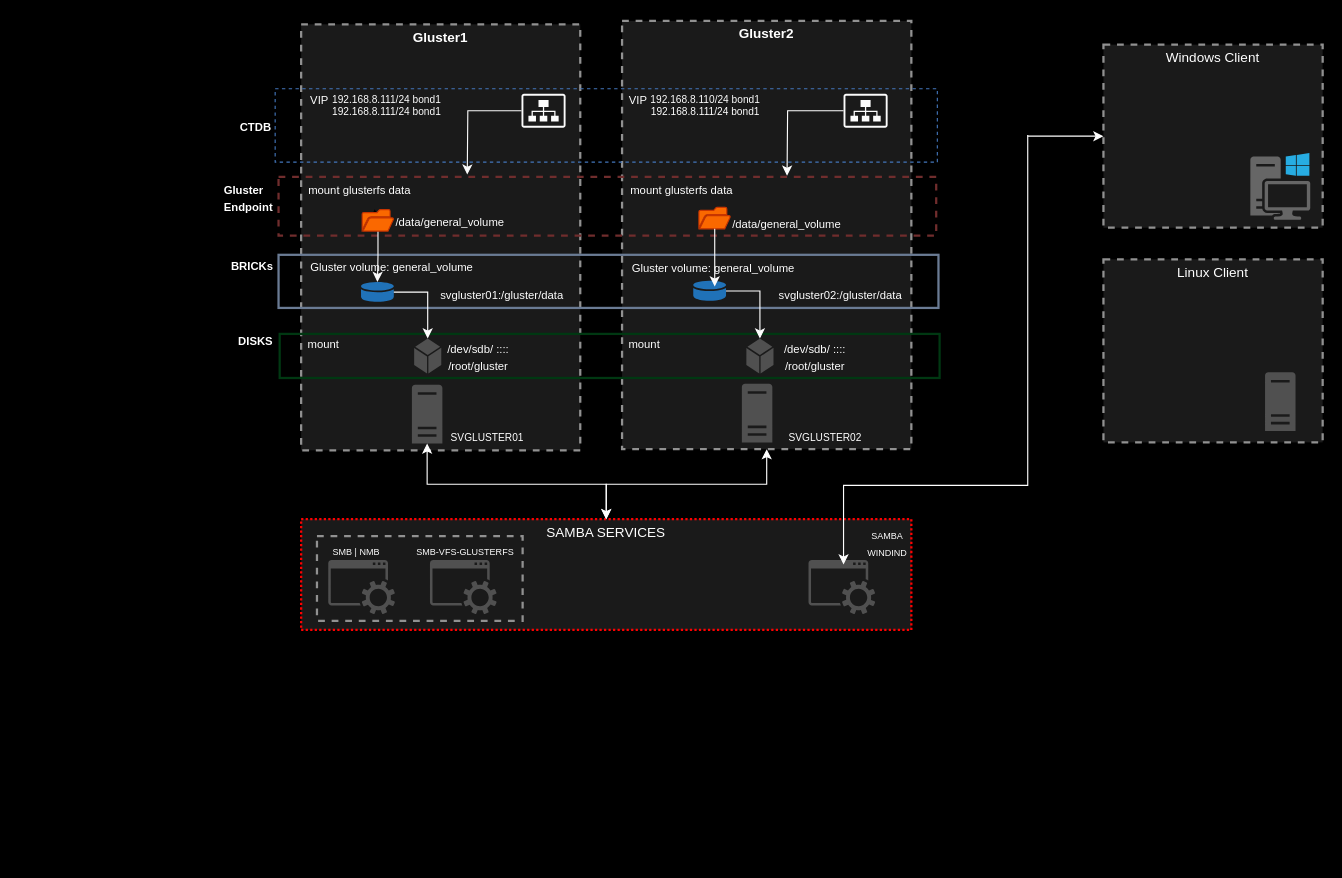
This is GlusterFS/glusterFS.drawio from Josemyr1993/glusterFS, a draw.io file, before an edit. Source tidied: cells renumbered, new cells numbered last; positions are measured from the earlier drawing's top-left corner, leaving out a move shared by most shapes. Both pictures are drawn from the tidied source at 113%, with x=0, y=0 at pixel (202, 20).
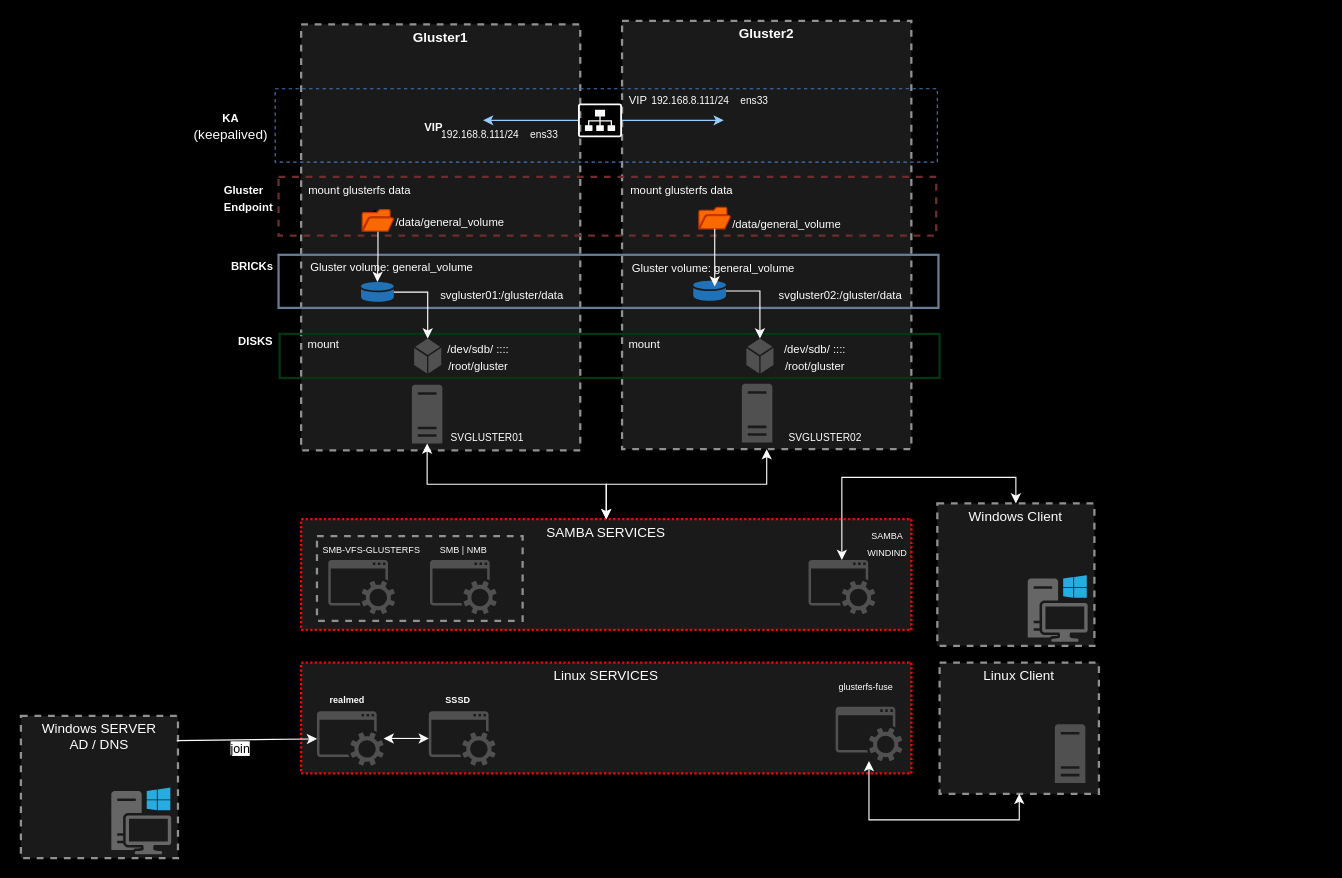
Above is the later version.

Unchanged cells that the change refers to:
```xml
<mxCell id="2" value="&lt;font color=&quot;#ffffff&quot;&gt;SAMBA SERVICES&lt;/font&gt;" style="fontStyle=0;verticalAlign=top;align=center;spacingTop=-2;fillColor=#1A1A1A;rounded=0;whiteSpace=wrap;html=1;strokeColor=#FF0000;strokeWidth=2;dashed=1;dashPattern=1 1;" parent="1" vertex="1">
  <mxGeometry x="87" y="441" width="540" height="98" as="geometry" />
</mxCell>
<mxCell id="4" style="sketch=0;shadow=0;dashed=0;html=1;strokeColor=none;fillColor=#505050;labelPosition=center;verticalLabelPosition=bottom;verticalAlign=top;outlineConnect=0;align=center;shape=mxgraph.office.concepts.service_application;" parent="2" vertex="1">
  <mxGeometry x="449" y="36" width="59" height="48" as="geometry" />
</mxCell>
<mxCell id="46" style="fontStyle=0;verticalAlign=top;align=center;spacingTop=-2;fillColor=none;rounded=0;whiteSpace=wrap;html=1;strokeColor=#4376BB;strokeWidth=1;dashed=1;" parent="1" vertex="1">
  <mxGeometry x="64" y="60" width="586" height="65" as="geometry" />
</mxCell>
```

What changed in the source:
```diff
@@
+    <mxCell id="63" value="&lt;font color=&quot;#ffffff&quot;&gt;Linux SERVICES&lt;/font&gt;" style="fontStyle=0;verticalAlign=top;align=center;spacingTop=-2;fillColor=#1A1A1A;rounded=0;whiteSpace=wrap;html=1;strokeColor=#FF0000;strokeWidth=2;dashed=1;dashPattern=1 1;" parent="1" vertex="1">
+      <mxGeometry x="87" y="568" width="540" height="98" as="geometry" />
+    </mxCell>
+    <mxCell id="64" style="sketch=0;shadow=0;dashed=0;html=1;strokeColor=none;fillColor=#505050;labelPosition=center;verticalLabelPosition=bottom;verticalAlign=top;outlineConnect=0;align=center;shape=mxgraph.office.concepts.service_application;" parent="63" vertex="1">
+      <mxGeometry x="473" y="39" width="59" height="48" as="geometry" />
+    </mxCell>
+    <mxCell id="65" value="&lt;font color=&quot;#ffffff&quot;&gt;&lt;font style=&quot;font-size: 8px;&quot;&gt;glusterfs-fuse&lt;/font&gt;&lt;br&gt;&lt;/font&gt;" style="text;html=1;strokeColor=none;fillColor=none;align=center;verticalAlign=middle;whiteSpace=wrap;rounded=0;" parent="63" vertex="1">
+      <mxGeometry x="470" y="6" width="60" height="30" as="geometry" />
+    </mxCell>
+    <mxCell id="66" style="sketch=0;shadow=0;dashed=0;html=1;strokeColor=none;fillColor=#505050;labelPosition=center;verticalLabelPosition=bottom;verticalAlign=top;outlineConnect=0;align=center;shape=mxgraph.office.concepts.service_application;" parent="63" vertex="1">
+      <mxGeometry x="14" y="43" width="59" height="48" as="geometry" />
+    </mxCell>
+    <mxCell id="67" value="&lt;font color=&quot;#ffffff&quot;&gt;&lt;font style=&quot;font-size: 8px;&quot;&gt;&lt;b&gt;SSSD&lt;/b&gt;&lt;/font&gt;&lt;br&gt;&lt;/font&gt;" style="text;html=1;strokeColor=none;fillColor=none;align=center;verticalAlign=middle;whiteSpace=wrap;rounded=0;" parent="63" vertex="1">
+      <mxGeometry x="109" y="17" width="60" height="30" as="geometry" />
+    </mxCell>
+    <mxCell id="68" value="&lt;font color=&quot;#ffffff&quot;&gt;&lt;font style=&quot;font-size: 8px;&quot;&gt;&lt;b&gt;realmed&lt;/b&gt;&lt;/font&gt;&lt;br&gt;&lt;/font&gt;" style="text;html=1;strokeColor=none;fillColor=none;align=center;verticalAlign=middle;whiteSpace=wrap;rounded=0;" parent="63" vertex="1">
+      <mxGeometry x="11" y="17" width="60" height="30" as="geometry" />
+    </mxCell>
+    <mxCell id="69" style="sketch=0;shadow=0;dashed=0;html=1;strokeColor=none;fillColor=#505050;labelPosition=center;verticalLabelPosition=bottom;verticalAlign=top;outlineConnect=0;align=center;shape=mxgraph.office.concepts.service_application;" parent="63" vertex="1">
+      <mxGeometry x="113" y="43" width="59" height="48" as="geometry" />
+    </mxCell>
+    <mxCell id="70" style="html=1;labelBackgroundColor=#ffffff;startArrow=classic;startFill=1;startSize=6;endArrow=classic;endFill=1;endSize=6;jettySize=auto;strokeWidth=1;fontSize=14;rounded=0;strokeColor=#FCFCFC;" parent="63" edge="1" source="66" target="69">
+      <mxGeometry relative="1" as="geometry" />
+    </mxCell>
@@
+    <mxCell id="9" style="fontStyle=0;verticalAlign=top;align=center;spacingTop=-2;fillColor=none;rounded=0;whiteSpace=wrap;html=1;strokeColor=#919191;strokeWidth=2;dashed=1;" parent="2" vertex="1">
+      <mxGeometry x="14" y="15" width="182" height="75" as="geometry" />
+    </mxCell>
+    <mxCell id="8" value="&lt;font color=&quot;#ffffff&quot;&gt;&lt;font style=&quot;font-size: 8px;&quot;&gt;SMB-VFS-GLUSTERFS&lt;/font&gt;&lt;br&gt;&lt;/font&gt;" style="text;html=1;strokeColor=none;fillColor=none;align=center;verticalAlign=middle;whiteSpace=wrap;rounded=0;" parent="9" vertex="1">
+      <mxGeometry x="-2" y="-4" width="101" height="30" as="geometry" />
+    </mxCell>
+    <mxCell id="5" value="&lt;font color=&quot;#ffffff&quot;&gt;&lt;font style=&quot;font-size: 8px;&quot;&gt;SMB | NMB&lt;/font&gt;&lt;br&gt;&lt;/font&gt;" style="text;html=1;strokeColor=none;fillColor=none;align=center;verticalAlign=middle;whiteSpace=wrap;rounded=0;" parent="9" vertex="1">
+      <mxGeometry x="99.5" y="-4" width="60" height="30" as="geometry" />
+    </mxCell>
@@
-    <mxCell id="5" value="&lt;font color=&quot;#ffffff&quot;&gt;&lt;font style=&quot;font-size: 8px;&quot;&gt;SMB | NMB&lt;/font&gt;&lt;br&gt;&lt;/font&gt;" style="text;html=1;strokeColor=none;fillColor=none;align=center;verticalAlign=middle;whiteSpace=wrap;rounded=0;" parent="2" vertex="1">
-      <mxGeometry x="19" y="13" width="60" height="30" as="geometry" />
-    </mxCell>
@@
-    <mxCell id="8" value="&lt;font color=&quot;#ffffff&quot;&gt;&lt;font style=&quot;font-size: 8px;&quot;&gt;SMB-VFS-GLUSTERFS&lt;/font&gt;&lt;br&gt;&lt;/font&gt;" style="text;html=1;strokeColor=none;fillColor=none;align=center;verticalAlign=middle;whiteSpace=wrap;rounded=0;" parent="2" vertex="1">
-      <mxGeometry x="95" y="13" width="101" height="30" as="geometry" />
-    </mxCell>
-    <mxCell id="9" style="fontStyle=0;verticalAlign=top;align=center;spacingTop=-2;fillColor=none;rounded=0;whiteSpace=wrap;html=1;strokeColor=#919191;strokeWidth=2;dashed=1;" parent="2" vertex="1">
-      <mxGeometry x="14" y="15" width="182" height="75" as="geometry" />
-    </mxCell>
     <mxCell id="10" value="&lt;font color=&quot;#ffffff&quot;&gt;Windows Client&lt;/font&gt;" style="fontStyle=0;verticalAlign=top;align=center;spacingTop=-2;fillColor=#1A1A1A;rounded=0;whiteSpace=wrap;html=1;strokeColor=#919191;strokeWidth=2;dashed=1;" parent="1" vertex="1">
-      <mxGeometry x="797" y="21" width="194" height="162" as="geometry" />
+      <mxGeometry x="650" y="427" width="139" height="126" as="geometry" />
     </mxCell>
     <mxCell id="11" style="sketch=0;shadow=0;dashed=0;html=1;strokeColor=none;fillColor=#666666;labelPosition=center;verticalLabelPosition=bottom;verticalAlign=top;align=center;shape=mxgraph.office.devices.workstation_pc;" parent="10" vertex="1">
-      <mxGeometry x="130" y="96" width="53" height="59" as="geometry" />
+      <mxGeometry x="80" y="63.5" width="53" height="59" as="geometry" />
     </mxCell>
@@
-    <mxCell id="32" value="&lt;font color=&quot;#ffffff&quot;&gt;&lt;font size=&quot;1&quot;&gt;&lt;b&gt;CTDB&lt;/b&gt;&lt;/font&gt;&lt;br&gt;&lt;/font&gt;" style="text;html=1;strokeColor=none;fillColor=none;align=center;verticalAlign=middle;whiteSpace=wrap;rounded=0;" parent="1" vertex="1">
-      <mxGeometry y="79" width="94" height="30" as="geometry" />
+    <mxCell id="32" value="&lt;font color=&quot;#ffffff&quot;&gt;&lt;font size=&quot;1&quot;&gt;&lt;b&gt;KA&lt;br&gt;&lt;/b&gt;&lt;/font&gt;(keepalived)&lt;br&gt;&lt;/font&gt;" style="text;html=1;strokeColor=none;fillColor=none;align=center;verticalAlign=middle;whiteSpace=wrap;rounded=0;" parent="1" vertex="1">
+      <mxGeometry x="-22" y="77.5" width="94" height="30" as="geometry" />
     </mxCell>
@@
-    <mxCell id="47" value="&lt;font color=&quot;#ffffff&quot;&gt;&lt;font size=&quot;1&quot;&gt;VIP&lt;/font&gt;&lt;br&gt;&lt;/font&gt;" style="text;html=1;strokeColor=none;fillColor=none;align=center;verticalAlign=middle;whiteSpace=wrap;rounded=0;" parent="46" vertex="1">
-      <mxGeometry x="23" width="33" height="19" as="geometry" />
+    <mxCell id="47" value="&lt;font color=&quot;#ffffff&quot;&gt;&lt;font size=&quot;1&quot;&gt;&lt;b&gt;VIP&lt;/b&gt;&lt;/font&gt;&lt;br&gt;&lt;/font&gt;" style="text;html=1;strokeColor=none;fillColor=none;align=center;verticalAlign=middle;whiteSpace=wrap;rounded=0;" parent="46" vertex="1">
+      <mxGeometry x="124" y="24.5" width="33" height="19" as="geometry" />
     </mxCell>
@@
-    <mxCell id="49" value="&lt;font style=&quot;font-size: 9px;&quot; color=&quot;#ffffff&quot;&gt;&lt;div&gt;192.168.8.111/24 bond1&lt;/div&gt;&lt;div&gt;192.168.8.111/24 bond1&lt;/div&gt;&lt;/font&gt;" style="text;html=1;strokeColor=none;fillColor=none;align=center;verticalAlign=middle;whiteSpace=wrap;rounded=0;" parent="46" vertex="1">
-      <mxGeometry x="38" width="122" height="30" as="geometry" />
+    <mxCell id="49" value="&lt;font style=&quot;font-size: 9px;&quot; color=&quot;#ffffff&quot;&gt;192.168.8.111/24&amp;nbsp; &amp;nbsp; ens33&lt;br&gt;&lt;/font&gt;" style="text;html=1;strokeColor=none;fillColor=none;align=center;verticalAlign=middle;whiteSpace=wrap;rounded=0;" parent="46" vertex="1">
+      <mxGeometry x="138" y="24.5" width="122" height="30" as="geometry" />
     </mxCell>
-    <mxCell id="50" value="&lt;font style=&quot;font-size: 9px;&quot; color=&quot;#ffffff&quot;&gt;&lt;div&gt;192.168.8.110/24 bond1&lt;/div&gt;&lt;div&gt;192.168.8.111/24 bond1&lt;/div&gt;&lt;/font&gt;" style="text;html=1;strokeColor=none;fillColor=none;align=center;verticalAlign=middle;whiteSpace=wrap;rounded=0;" parent="46" vertex="1">
-      <mxGeometry x="320" width="122" height="30" as="geometry" />
-    </mxCell>
-    <mxCell id="51" style="sketch=0;shadow=0;dashed=0;html=1;strokeColor=none;fillColor=#FCFCFC;labelPosition=center;verticalLabelPosition=bottom;verticalAlign=top;outlineConnect=0;align=center;shape=mxgraph.office.sites.site_collection;" parent="46" vertex="1">
-      <mxGeometry x="218" y="4.5" width="39" height="30" as="geometry" />
-    </mxCell>
     <mxCell id="52" style="sketch=0;shadow=0;dashed=0;html=1;strokeColor=none;fillColor=#FCFCFC;labelPosition=center;verticalLabelPosition=bottom;verticalAlign=top;outlineConnect=0;align=center;shape=mxgraph.office.sites.site_collection;" parent="46" vertex="1">
-      <mxGeometry x="503" y="4.5" width="39" height="30" as="geometry" />
+      <mxGeometry x="268" y="13" width="39" height="30" as="geometry" />
     </mxCell>
+    <mxCell id="71" value="&lt;font style=&quot;font-size: 9px;&quot; color=&quot;#ffffff&quot;&gt;192.168.8.111/24&amp;nbsp; &amp;nbsp; ens33&lt;br&gt;&lt;/font&gt;" style="text;html=1;strokeColor=none;fillColor=none;align=center;verticalAlign=middle;whiteSpace=wrap;rounded=0;" parent="46" vertex="1">
+      <mxGeometry x="324" y="-5.5" width="122" height="30" as="geometry" />
+    </mxCell>
+    <mxCell id="72" style="html=1;labelBackgroundColor=#ffffff;endArrow=classic;endFill=1;endSize=6;jettySize=auto;strokeWidth=1;fontSize=14;rounded=0;entryX=0.314;entryY=0.431;entryDx=0;entryDy=0;entryPerimeter=0;strokeColor=#99CCFF;" parent="46" edge="1" source="52" target="46">
+      <mxGeometry relative="1" as="geometry" />
+    </mxCell>
+    <mxCell id="73" style="html=1;labelBackgroundColor=#ffffff;endArrow=classic;endFill=1;endSize=6;jettySize=auto;strokeWidth=1;fontSize=14;rounded=0;strokeColor=#99CCFF;" parent="46" edge="1" source="52">
+      <mxGeometry relative="1" as="geometry">
+        <mxPoint x="397" y="28" as="targetPoint" />
+      </mxGeometry>
+    </mxCell>
@@
-    <mxCell id="55" style="edgeStyle=orthogonalEdgeStyle;rounded=0;jettySize=auto;html=1;strokeColor=#FAFAFA;" parent="1" edge="1" source="51">
-      <mxGeometry relative="1" as="geometry">
-        <mxPoint x="234" y="136" as="targetPoint" />
-      </mxGeometry>
-    </mxCell>
-    <mxCell id="56" style="edgeStyle=orthogonalEdgeStyle;rounded=0;jettySize=auto;html=1;strokeColor=#FFFFFF;" parent="1" edge="1" source="52">
-      <mxGeometry relative="1" as="geometry">
-        <mxPoint x="517" y="137" as="targetPoint" />
-      </mxGeometry>
-    </mxCell>
     <mxCell id="57" value="&lt;font color=&quot;#ffffff&quot;&gt;Linux Client&lt;/font&gt;" style="fontStyle=0;verticalAlign=top;align=center;spacingTop=-2;fillColor=#1A1A1A;rounded=0;whiteSpace=wrap;html=1;strokeColor=#919191;strokeWidth=2;dashed=1;" parent="1" vertex="1">
-      <mxGeometry x="797" y="211" width="194" height="162" as="geometry" />
+      <mxGeometry x="652" y="568" width="141" height="116" as="geometry" />
     </mxCell>
     <mxCell id="58" style="sketch=0;shadow=0;dashed=0;html=1;strokeColor=none;fillColor=#505050;labelPosition=center;verticalLabelPosition=bottom;verticalAlign=top;align=center;shape=mxgraph.office.servers.server_generic;" parent="57" vertex="1">
-      <mxGeometry x="143" y="100" width="27" height="52" as="geometry" />
+      <mxGeometry x="102" y="54.5" width="27" height="52" as="geometry" />
     </mxCell>
-    <mxCell id="59" style="edgeStyle=elbowEdgeStyle;rounded=0;elbow=vertical;html=1;labelBackgroundColor=#ffffff;endArrow=classic;endFill=1;endSize=6;jettySize=auto;orthogonalLoop=1;strokeWidth=1;fontSize=14;strokeColor=#FFFFFF;" parent="1" edge="1">
-      <mxGeometry relative="1" as="geometry">
-        <mxPoint x="730" y="101" as="sourcePoint" />
-        <mxPoint x="567" y="481" as="targetPoint" />
-        <Array as="points">
-          <mxPoint x="628" y="411" />
-        </Array>
-      </mxGeometry>
-    </mxCell>
-    <mxCell id="60" style="html=1;labelBackgroundColor=#ffffff;endArrow=classic;endFill=1;endSize=6;jettySize=auto;strokeWidth=1;fontSize=14;rounded=0;entryX=0;entryY=0.5;entryDx=0;entryDy=0;strokeColor=#FFFFFF;" parent="1" edge="1" target="10">
-      <mxGeometry relative="1" as="geometry">
-        <mxPoint x="730" y="102" as="sourcePoint" />
-      </mxGeometry>
-    </mxCell>
@@
+    <mxCell id="74" style="edgeStyle=elbowEdgeStyle;rounded=0;elbow=vertical;html=1;labelBackgroundColor=#ffffff;startArrow=classic;startFill=1;startSize=6;endArrow=classic;endFill=1;endSize=6;jettySize=auto;strokeWidth=1;fontSize=14;entryX=0.5;entryY=1;entryDx=0;entryDy=0;strokeColor=#FFFFFF;" parent="1" edge="1" source="64" target="57">
+      <mxGeometry relative="1" as="geometry">
+        <Array as="points">
+          <mxPoint x="638" y="707" />
+        </Array>
+      </mxGeometry>
+    </mxCell>
+    <mxCell id="75" style="edgeStyle=elbowEdgeStyle;rounded=0;elbow=vertical;html=1;labelBackgroundColor=#ffffff;startArrow=classic;startFill=1;startSize=6;endArrow=classic;endFill=1;endSize=6;jettySize=auto;strokeWidth=1;fontSize=14;entryX=0.5;entryY=0;entryDx=0;entryDy=0;strokeColor=#FAFAFA;" parent="1" edge="1" source="4" target="10">
+      <mxGeometry relative="1" as="geometry">
+        <Array as="points">
+          <mxPoint x="640" y="404" />
+        </Array>
+      </mxGeometry>
+    </mxCell>
+    <mxCell id="76" value="&lt;font color=&quot;#ffffff&quot;&gt;Windows SERVER&lt;br&gt;AD / DNS&lt;br&gt;&lt;/font&gt;" style="fontStyle=0;verticalAlign=top;align=center;spacingTop=-2;fillColor=#1A1A1A;rounded=0;whiteSpace=wrap;html=1;strokeColor=#919191;strokeWidth=2;dashed=1;" parent="1" vertex="1">
+      <mxGeometry x="-161" y="615" width="139" height="126" as="geometry" />
+    </mxCell>
+    <mxCell id="77" style="sketch=0;shadow=0;dashed=0;html=1;strokeColor=none;fillColor=#666666;labelPosition=center;verticalLabelPosition=bottom;verticalAlign=top;align=center;shape=mxgraph.office.devices.workstation_pc;" parent="76" vertex="1">
+      <mxGeometry x="80" y="63.5" width="53" height="59" as="geometry" />
+    </mxCell>
+    <mxCell id="78" style="html=1;labelBackgroundColor=#ffffff;endArrow=classic;endFill=1;endSize=6;jettySize=auto;strokeWidth=1;fontSize=14;rounded=0;exitX=0.993;exitY=0.174;exitDx=0;exitDy=0;exitPerimeter=0;strokeColor=#FCFCFC;" parent="1" edge="1" source="76" target="66">
+      <mxGeometry relative="1" as="geometry" />
+    </mxCell>
+    <mxCell id="79" value="join" style="edgeLabel;html=1;align=center;verticalAlign=middle;" parent="78" vertex="1">
+      <mxGeometry x="-0.19" y="-3" relative="1" as="geometry">
+        <mxPoint x="5" y="4" as="offset" />
+      </mxGeometry>
+    </mxCell>
```
